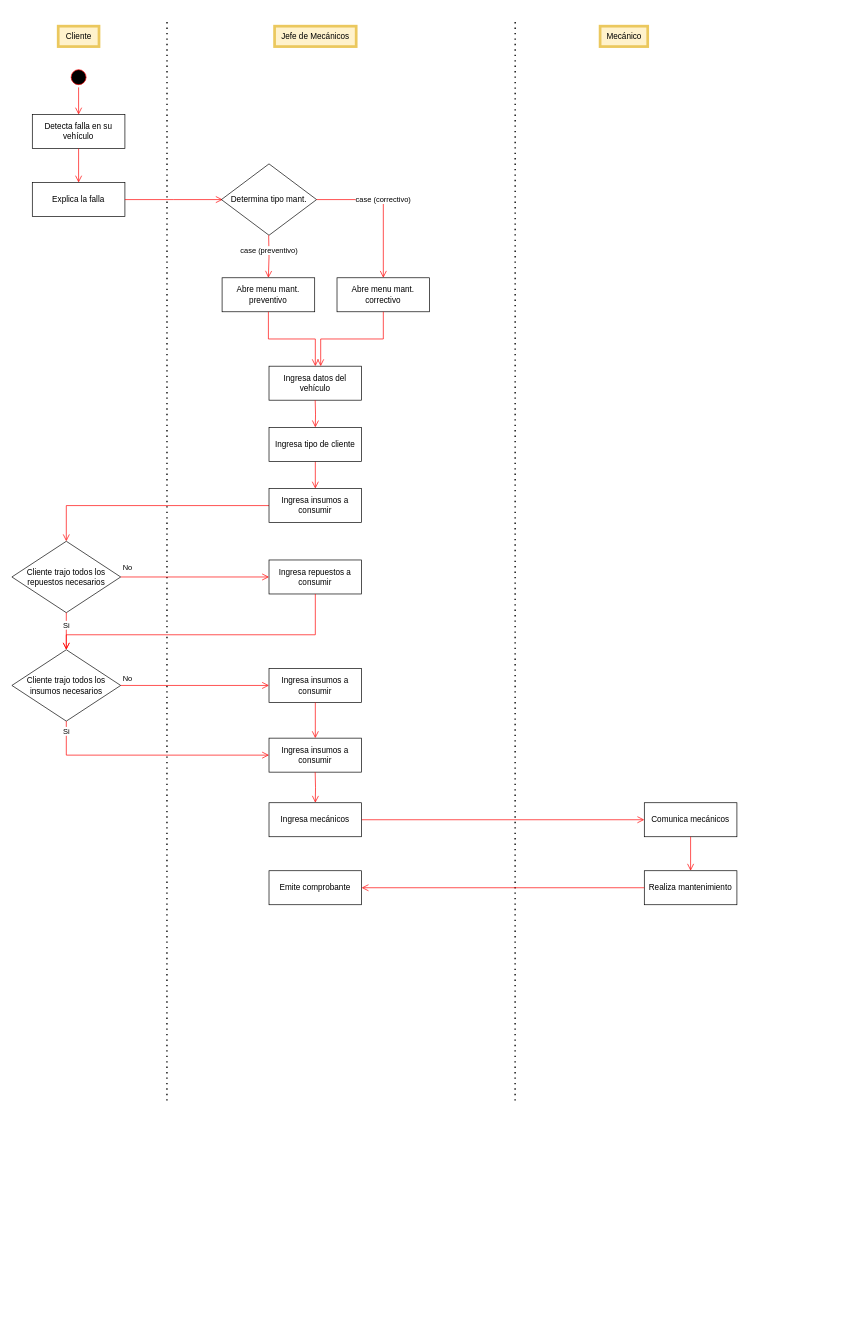
The draw.io diagram page "Actividades1" (3 of 6) of Diagrama sin título.drawio in KeiKurono96/Experiencias3, before the edit. Source tidied: cells renumbered, new cells numbered last; positions are measured from the earlier drawing's top-left corner, leaving out a move shared by most shapes. Both pictures are drawn from the tidied source at 68%, with x=0, y=0 at pixel (12, 19).
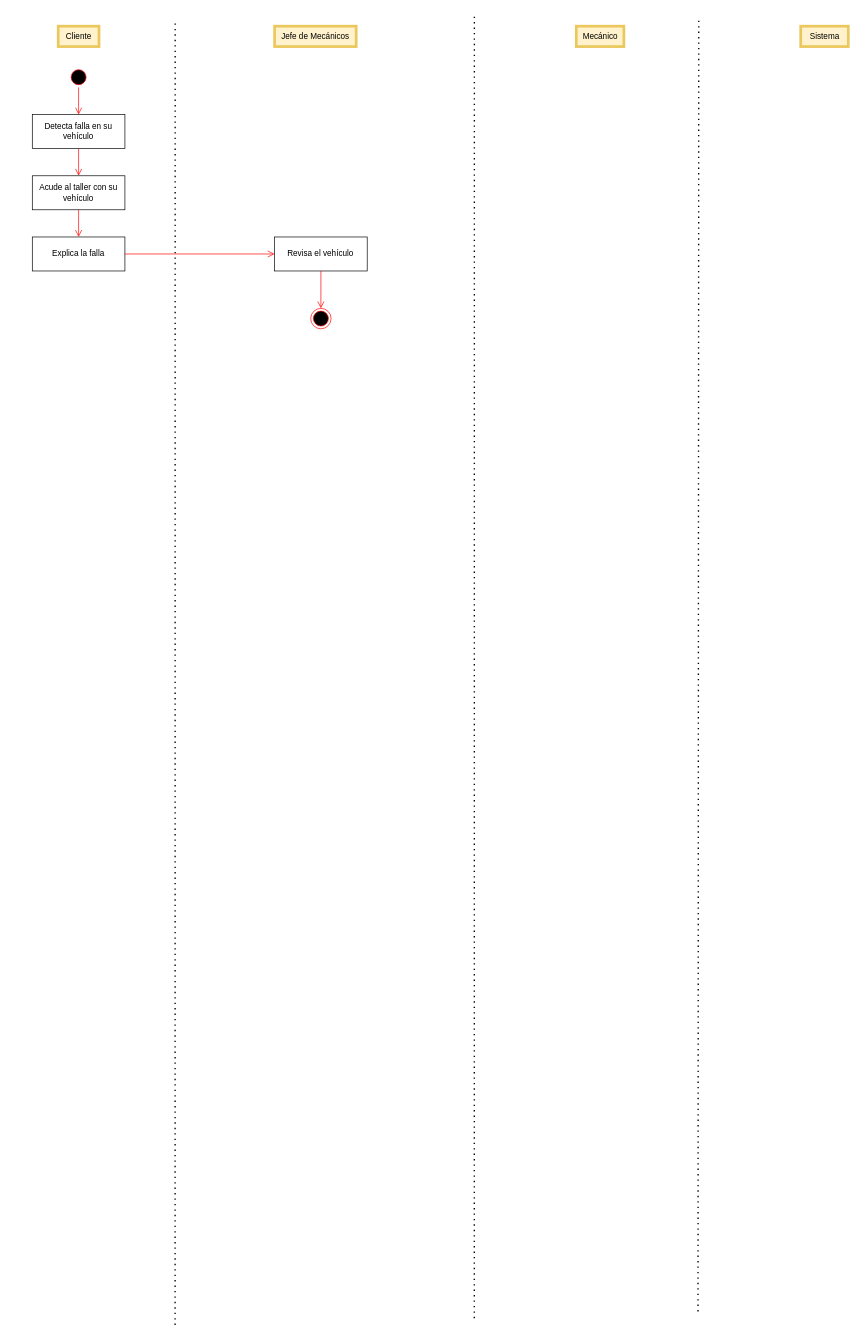
The same page after the edit.

The change refers to these unchanged cells:
```xml
<mxCell id="6" value="Detecta falla en su vehículo" style="html=1;whiteSpace=wrap;" parent="1" vertex="1">
  <mxGeometry x="30" y="140" width="136.2" height="50" as="geometry" />
</mxCell>
```

What changed in the source:
```diff
@@
     <mxCell id="3" style="endArrow=none;dashed=1;html=1;dashPattern=1 3;strokeWidth=2;rounded=0;" parent="1" edge="1">
       <mxGeometry relative="1" as="geometry">
-        <mxPoint x="228" y="1590" as="sourcePoint" />
-        <mxPoint x="228.1" as="targetPoint" />
+        <mxPoint x="240" y="1920" as="sourcePoint" />
+        <mxPoint x="240.1" as="targetPoint" />
       </mxGeometry>
     </mxCell>
@@
     <mxCell id="8" value="Explica la falla" style="html=1;whiteSpace=wrap;" parent="1" vertex="1">
-      <mxGeometry x="30" y="240" width="136.2" height="50" as="geometry" />
+      <mxGeometry x="30" y="320" width="136.2" height="50" as="geometry" />
     </mxCell>
-    <mxCell id="9" style="edgeStyle=orthogonalEdgeStyle;html=1;verticalAlign=bottom;endArrow=open;endSize=8;strokeColor=#ff0000;rounded=0;entryX=0.5;entryY=0;entryDx=0;entryDy=0;exitX=0.5;exitY=1;exitDx=0;exitDy=0;" parent="1" edge="1" source="6" target="8">
+    <mxCell id="9" style="edgeStyle=orthogonalEdgeStyle;html=1;verticalAlign=bottom;endArrow=open;endSize=8;strokeColor=#ff0000;rounded=0;entryX=0.5;entryY=0;entryDx=0;entryDy=0;exitX=0.5;exitY=1;exitDx=0;exitDy=0;" parent="1" edge="1" source="6" target="47">
       <mxGeometry relative="1" as="geometry" />
     </mxCell>
-    <mxCell id="10" style="edgeStyle=orthogonalEdgeStyle;html=1;verticalAlign=bottom;endArrow=open;endSize=8;strokeColor=#ff0000;rounded=0;entryX=0;entryY=0.5;entryDx=0;entryDy=0;exitX=1;exitY=0.5;exitDx=0;exitDy=0;" parent="1" edge="1" source="8">
-      <mxGeometry relative="1" as="geometry">
-        <mxPoint x="310" y="265" as="targetPoint" />
-      </mxGeometry>
+    <mxCell id="10" style="edgeStyle=orthogonalEdgeStyle;html=1;verticalAlign=bottom;endArrow=open;endSize=8;strokeColor=#ff0000;rounded=0;entryX=0;entryY=0.5;entryDx=0;entryDy=0;exitX=1;exitY=0.5;exitDx=0;exitDy=0;" parent="1" edge="1" source="8" target="49">
+      <mxGeometry relative="1" as="geometry" />
     </mxCell>
-    <mxCell id="11" value="Determina tipo mant." style="rhombus;whiteSpace=wrap;html=1;" parent="1" vertex="1">
-      <mxGeometry x="308.1" y="212.5" width="140" height="105" as="geometry" />
-    </mxCell>
-    <mxCell id="12" value="case (preventivo)" style="edgeStyle=orthogonalEdgeStyle;html=1;verticalAlign=bottom;endArrow=open;endSize=8;strokeColor=#ff0000;rounded=0;entryX=0.5;entryY=0;entryDx=0;entryDy=0;exitX=0.5;exitY=1;exitDx=0;exitDy=0;" parent="1" edge="1" target="15">
-      <mxGeometry relative="1" as="geometry">
-        <mxPoint x="377.6" y="317.5" as="sourcePoint" />
-      </mxGeometry>
-    </mxCell>
-    <mxCell id="13" value="case (correctivo)" style="edgeStyle=orthogonalEdgeStyle;html=1;verticalAlign=bottom;endArrow=open;endSize=8;strokeColor=#ff0000;rounded=0;exitX=1;exitY=0.5;exitDx=0;exitDy=0;" parent="1" edge="1" source="11" target="14">
-      <mxGeometry relative="1" as="geometry" />
-    </mxCell>
-    <mxCell id="14" value="Abre menu mant. correctivo" style="html=1;whiteSpace=wrap;" parent="1" vertex="1">
-      <mxGeometry x="478.1" y="380" width="136.2" height="50" as="geometry" />
-    </mxCell>
-    <mxCell id="15" value="Abre menu mant. preventivo" style="html=1;whiteSpace=wrap;" parent="1" vertex="1">
-      <mxGeometry x="309.1" y="380" width="136.2" height="50" as="geometry" />
-    </mxCell>
-    <mxCell id="16" value="Ingresa datos del vehículo" style="html=1;whiteSpace=wrap;" parent="1" vertex="1">
-      <mxGeometry x="378.1" y="510" width="136.2" height="50" as="geometry" />
-    </mxCell>
-    <mxCell id="17" style="edgeStyle=orthogonalEdgeStyle;html=1;verticalAlign=bottom;endArrow=open;endSize=8;strokeColor=#ff0000;rounded=0;entryX=0.5;entryY=0;entryDx=0;entryDy=0;exitX=0.5;exitY=1;exitDx=0;exitDy=0;" parent="1" edge="1" source="15" target="16">
-      <mxGeometry relative="1" as="geometry" />
-    </mxCell>
-    <mxCell id="18" style="edgeStyle=orthogonalEdgeStyle;html=1;verticalAlign=bottom;endArrow=open;endSize=8;strokeColor=#ff0000;rounded=0;exitX=0.5;exitY=1;exitDx=0;exitDy=0;entryX=0.558;entryY=0;entryDx=0;entryDy=0;entryPerimeter=0;" parent="1" edge="1" source="14" target="16">
-      <mxGeometry relative="1" as="geometry" />
-    </mxCell>
-    <mxCell id="19" value="Ingresa repuestos a consumir" style="html=1;whiteSpace=wrap;" parent="1" vertex="1">
-      <mxGeometry x="378.1" y="795" width="136.2" height="50" as="geometry" />
-    </mxCell>
-    <mxCell id="20" value="Ingresa insumos a consumir" style="html=1;whiteSpace=wrap;" parent="1" vertex="1">
-      <mxGeometry x="378.1" y="954.5" width="136.2" height="50" as="geometry" />
-    </mxCell>
-    <mxCell id="21" style="edgeStyle=orthogonalEdgeStyle;html=1;verticalAlign=bottom;endArrow=open;endSize=8;strokeColor=#ff0000;rounded=0;entryX=0.5;entryY=0;entryDx=0;entryDy=0;exitX=0.5;exitY=1;exitDx=0;exitDy=0;" parent="1" edge="1" source="19" target="26">
-      <mxGeometry relative="1" as="geometry">
-        <Array as="points">
-          <mxPoint x="446" y="905" />
-          <mxPoint x="80" y="905" />
-        </Array>
-      </mxGeometry>
-    </mxCell>
-    <mxCell id="22" style="edgeStyle=orthogonalEdgeStyle;html=1;verticalAlign=bottom;endArrow=open;endSize=8;strokeColor=#ff0000;rounded=0;entryX=0.5;entryY=0;entryDx=0;entryDy=0;exitX=0;exitY=0.5;exitDx=0;exitDy=0;" parent="1" edge="1" source="31" target="23">
-      <mxGeometry relative="1" as="geometry" />
-    </mxCell>
-    <mxCell id="23" value="Cliente trajo todos los repuestos necesarios" style="rhombus;whiteSpace=wrap;html=1;" parent="1" vertex="1">
-      <mxGeometry y="767.5" width="160" height="105" as="geometry" />
-    </mxCell>
-    <mxCell id="24" value="No" style="edgeStyle=orthogonalEdgeStyle;html=1;verticalAlign=bottom;endArrow=open;endSize=8;strokeColor=#ff0000;rounded=0;entryX=0;entryY=0.5;entryDx=0;entryDy=0;exitX=1;exitY=0.5;exitDx=0;exitDy=0;" parent="1" edge="1" source="23" target="19">
-      <mxGeometry x="-0.91" y="5" relative="1" as="geometry" />
-    </mxCell>
-    <mxCell id="25" value="Si" style="edgeStyle=orthogonalEdgeStyle;html=1;verticalAlign=bottom;endArrow=open;endSize=8;strokeColor=#ff0000;rounded=0;entryX=0.5;entryY=0;entryDx=0;entryDy=0;exitX=0.5;exitY=1;exitDx=0;exitDy=0;" parent="1" edge="1" source="23" target="26">
-      <mxGeometry relative="1" as="geometry" />
-    </mxCell>
-    <mxCell id="26" value="Cliente trajo todos los insumos necesarios" style="rhombus;whiteSpace=wrap;html=1;" parent="1" vertex="1">
-      <mxGeometry y="927" width="160" height="105" as="geometry" />
-    </mxCell>
-    <mxCell id="27" value="No" style="edgeStyle=orthogonalEdgeStyle;html=1;verticalAlign=bottom;endArrow=open;endSize=8;strokeColor=#ff0000;rounded=0;entryX=0;entryY=0.5;entryDx=0;entryDy=0;exitX=1;exitY=0.5;exitDx=0;exitDy=0;" parent="1" edge="1" source="26" target="20">
-      <mxGeometry x="-0.91" y="3" relative="1" as="geometry">
-        <mxPoint y="1" as="offset" />
-      </mxGeometry>
-    </mxCell>
-    <mxCell id="28" value="Si" style="edgeStyle=orthogonalEdgeStyle;html=1;verticalAlign=bottom;endArrow=open;endSize=8;strokeColor=#ff0000;rounded=0;entryX=0;entryY=0.5;entryDx=0;entryDy=0;exitX=0.5;exitY=1;exitDx=0;exitDy=0;" parent="1" edge="1" source="26" target="29">
-      <mxGeometry x="-0.86" relative="1" as="geometry" />
-    </mxCell>
-    <mxCell id="29" value="Ingresa insumos a consumir" style="html=1;whiteSpace=wrap;" parent="1" vertex="1">
-      <mxGeometry x="378.1" y="1057" width="136.2" height="50" as="geometry" />
-    </mxCell>
-    <mxCell id="30" style="edgeStyle=orthogonalEdgeStyle;html=1;verticalAlign=bottom;endArrow=open;endSize=8;strokeColor=#ff0000;rounded=0;entryX=0.5;entryY=0;entryDx=0;entryDy=0;exitX=0.5;exitY=1;exitDx=0;exitDy=0;" parent="1" edge="1" source="20" target="29">
-      <mxGeometry relative="1" as="geometry" />
-    </mxCell>
-    <mxCell id="31" value="Ingresa insumos a consumir" style="html=1;whiteSpace=wrap;" parent="1" vertex="1">
-      <mxGeometry x="378.1" y="690" width="136.2" height="50" as="geometry" />
-    </mxCell>
-    <mxCell id="32" style="edgeStyle=orthogonalEdgeStyle;html=1;verticalAlign=bottom;endArrow=open;endSize=8;strokeColor=#ff0000;rounded=0;entryX=0.5;entryY=0;entryDx=0;entryDy=0;exitX=0.5;exitY=1;exitDx=0;exitDy=0;" parent="1" edge="1" source="42" target="31">
-      <mxGeometry relative="1" as="geometry" />
-    </mxCell>
     <mxCell id="33" value="Mecánico" style="text;html=1;align=center;verticalAlign=middle;strokeColor=#EBC85E;fillColor=#fff2cc;perimeterSpacing=0;strokeWidth=4;" parent="1" vertex="1">
-      <mxGeometry x="865" y="10" width="70" height="30" as="geometry" />
+      <mxGeometry x="830" y="10" width="70" height="30" as="geometry" />
     </mxCell>
     <mxCell id="34" style="endArrow=none;dashed=1;html=1;dashPattern=1 3;strokeWidth=2;rounded=0;" parent="1" edge="1">
       <mxGeometry relative="1" as="geometry">
-        <mxPoint x="740" y="1590" as="sourcePoint" />
-        <mxPoint x="740.1" as="targetPoint" />
+        <mxPoint x="680" y="1910" as="sourcePoint" />
+        <mxPoint x="680.1" y="-10" as="targetPoint" />
       </mxGeometry>
     </mxCell>
-    <mxCell id="35" value="Comunica mecánicos" style="html=1;whiteSpace=wrap;" parent="1" vertex="1">
-      <mxGeometry x="930" y="1152" width="136.2" height="50" as="geometry" />
-    </mxCell>
-    <mxCell id="36" style="edgeStyle=orthogonalEdgeStyle;html=1;verticalAlign=bottom;endArrow=open;endSize=8;strokeColor=#ff0000;rounded=0;entryX=0;entryY=0.5;entryDx=0;entryDy=0;exitX=1;exitY=0.5;exitDx=0;exitDy=0;" parent="1" edge="1" source="43" target="35">
-      <mxGeometry relative="1" as="geometry" />
-    </mxCell>
-    <mxCell id="37" value="Realiza mantenimiento" style="html=1;whiteSpace=wrap;" parent="1" vertex="1">
-      <mxGeometry x="930" y="1252" width="136.2" height="50" as="geometry" />
-    </mxCell>
-    <mxCell id="38" style="edgeStyle=orthogonalEdgeStyle;html=1;verticalAlign=bottom;endArrow=open;endSize=8;strokeColor=#ff0000;rounded=0;entryX=0.5;entryY=0;entryDx=0;entryDy=0;exitX=0.5;exitY=1;exitDx=0;exitDy=0;" parent="1" edge="1" source="35" target="37">
-      <mxGeometry relative="1" as="geometry" />
-    </mxCell>
-    <mxCell id="39" value="Emite comprobante" style="html=1;whiteSpace=wrap;" parent="1" vertex="1">
-      <mxGeometry x="378.1" y="1252" width="136.2" height="50" as="geometry" />
-    </mxCell>
-    <mxCell id="40" style="edgeStyle=orthogonalEdgeStyle;html=1;verticalAlign=bottom;endArrow=open;endSize=8;strokeColor=#ff0000;rounded=0;entryX=1;entryY=0.5;entryDx=0;entryDy=0;exitX=0;exitY=0.5;exitDx=0;exitDy=0;" parent="1" edge="1" source="37" target="39">
-      <mxGeometry relative="1" as="geometry" />
-    </mxCell>
-    <mxCell id="41" style="edgeStyle=orthogonalEdgeStyle;html=1;verticalAlign=bottom;endArrow=open;endSize=8;strokeColor=#ff0000;rounded=0;entryX=0.5;entryY=0;entryDx=0;entryDy=0;exitX=0.5;exitY=1;exitDx=0;exitDy=0;" parent="1" edge="1" target="42">
-      <mxGeometry relative="1" as="geometry">
-        <mxPoint x="446" y="560" as="sourcePoint" />
-      </mxGeometry>
-    </mxCell>
-    <mxCell id="42" value="Ingresa tipo de cliente" style="html=1;whiteSpace=wrap;" parent="1" vertex="1">
-      <mxGeometry x="378.1" y="600" width="136.2" height="50" as="geometry" />
-    </mxCell>
-    <mxCell id="43" value="Ingresa mecánicos" style="html=1;whiteSpace=wrap;" parent="1" vertex="1">
-      <mxGeometry x="378.1" y="1152" width="136.2" height="50" as="geometry" />
-    </mxCell>
-    <mxCell id="44" style="edgeStyle=orthogonalEdgeStyle;html=1;verticalAlign=bottom;endArrow=open;endSize=8;strokeColor=#ff0000;rounded=0;entryX=0.5;entryY=0;entryDx=0;entryDy=0;exitX=0.5;exitY=1;exitDx=0;exitDy=0;" parent="1" edge="1" target="43">
-      <mxGeometry relative="1" as="geometry">
-        <mxPoint x="446" y="1107" as="sourcePoint" />
-      </mxGeometry>
-    </mxCell>
+    <mxCell id="45" style="endArrow=none;dashed=1;html=1;dashPattern=1 3;strokeWidth=2;rounded=0;" parent="1" edge="1">
+      <mxGeometry relative="1" as="geometry">
+        <mxPoint x="1009" y="1900" as="sourcePoint" />
+        <mxPoint x="1010.1" as="targetPoint" />
+      </mxGeometry>
+    </mxCell>
+    <mxCell id="46" value="Sistema" style="text;html=1;align=center;verticalAlign=middle;strokeColor=#EBC85E;fillColor=#fff2cc;perimeterSpacing=0;strokeWidth=4;" parent="1" vertex="1">
+      <mxGeometry x="1160" y="10" width="70" height="30" as="geometry" />
+    </mxCell>
+    <mxCell id="47" value="Acude al taller con su vehículo" style="html=1;whiteSpace=wrap;" parent="1" vertex="1">
+      <mxGeometry x="30" y="230" width="136.2" height="50" as="geometry" />
+    </mxCell>
+    <mxCell id="48" style="edgeStyle=orthogonalEdgeStyle;html=1;verticalAlign=bottom;endArrow=open;endSize=8;strokeColor=#ff0000;rounded=0;exitX=0.5;exitY=1;exitDx=0;exitDy=0;" parent="1" edge="1" source="47" target="8">
+      <mxGeometry relative="1" as="geometry" />
+    </mxCell>
+    <mxCell id="49" value="Revisa el vehículo" style="html=1;whiteSpace=wrap;" parent="1" vertex="1">
+      <mxGeometry x="386.3" y="320" width="136.2" height="50" as="geometry" />
+    </mxCell>
+    <mxCell id="50" style="edgeStyle=orthogonalEdgeStyle;html=1;verticalAlign=bottom;endArrow=open;endSize=8;strokeColor=#ff0000;rounded=0;exitX=0.5;exitY=1;exitDx=0;exitDy=0;entryX=0.5;entryY=0;entryDx=0;entryDy=0;" parent="1" edge="1" source="49" target="51">
+      <mxGeometry relative="1" as="geometry" />
+    </mxCell>
+    <mxCell id="51" style="ellipse;html=1;shape=endState;fillColor=#000000;strokeColor=#ff0000;fontFamily=Helvetica;fontSize=11;fontColor=default;" parent="1" vertex="1">
+      <mxGeometry x="439.4" y="425" width="30" height="30" as="geometry" />
+    </mxCell>
```
